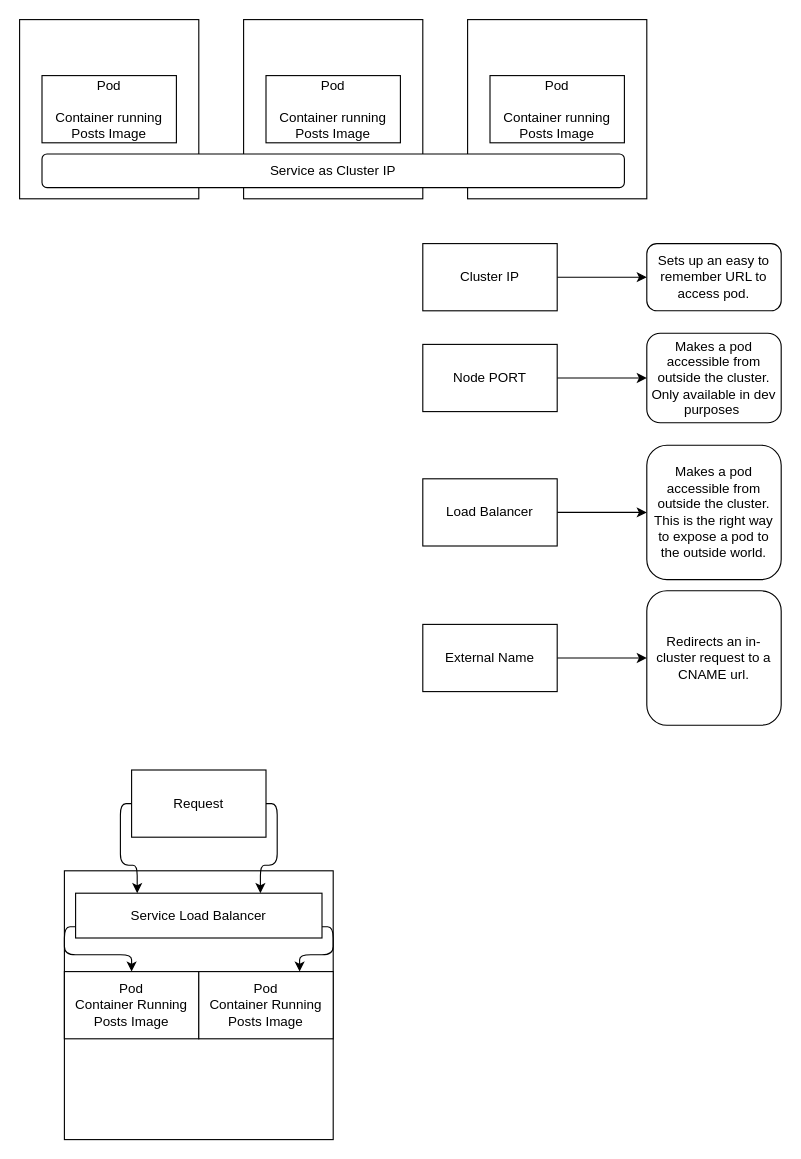
Above: page "Page-5" (5 of 5) of Blog-App/structure.drawio in SifatIbna/Microservices-Architecture-Projects (draw.io), before the change. Source tidied: cells renumbered, new cells numbered last; positions are measured from the earlier drawing's top-left corner, leaving out a move shared by most shapes. Both pictures are drawn from the tidied source at 112%, with x=0, y=0 at pixel (19, 19).
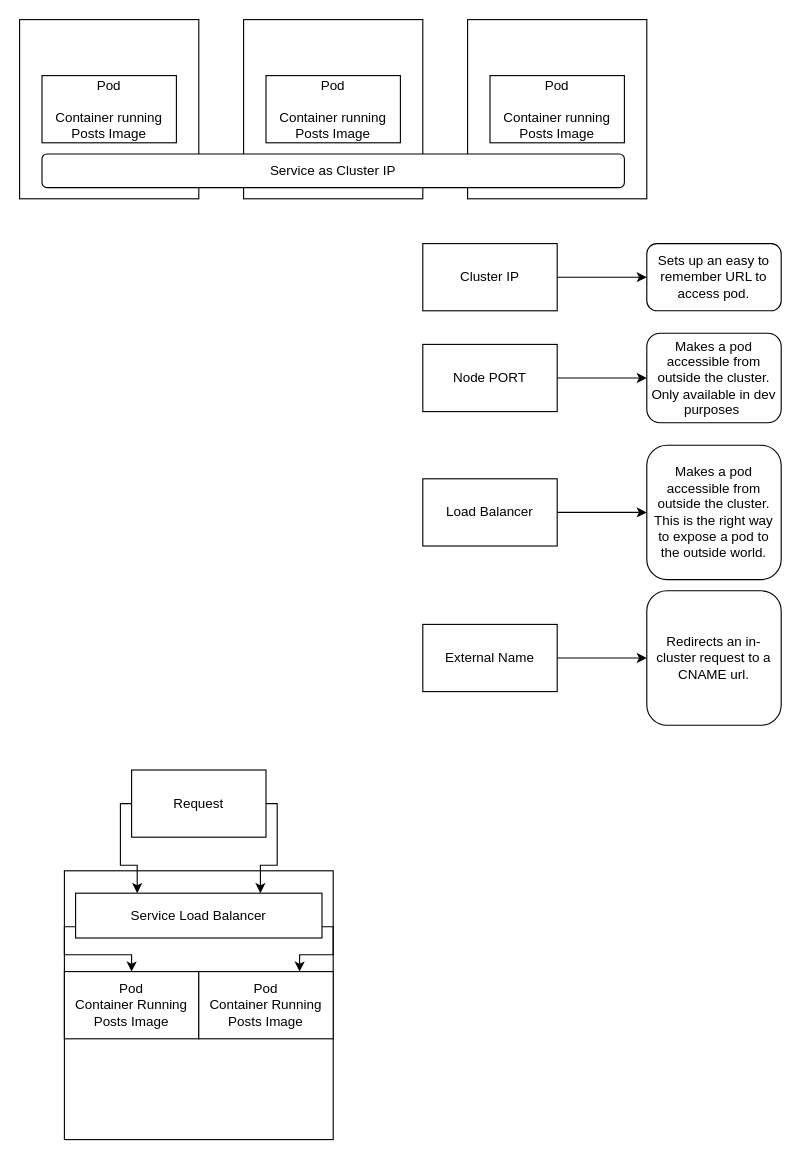
Above is the later version.

The change refers to these unchanged cells:
```xml
<mxCell id="22" value="Pod&lt;br&gt;Container Running Posts Image" style="rounded=0;whiteSpace=wrap;html=1;" parent="1" vertex="1">
  <mxGeometry x="40" y="850" width="120" height="60" as="geometry" />
</mxCell>
<mxCell id="23" value="Pod&lt;br&gt;Container Running Posts Image" style="rounded=0;whiteSpace=wrap;html=1;" parent="1" vertex="1">
  <mxGeometry x="160" y="850" width="120" height="60" as="geometry" />
</mxCell>
<mxCell id="26" value="Service Load Balancer" style="rounded=0;whiteSpace=wrap;html=1;" parent="1" vertex="1">
  <mxGeometry x="50" y="780" width="220" height="40" as="geometry" />
</mxCell>
<mxCell id="29" value="Request" style="rounded=0;whiteSpace=wrap;html=1;" parent="1" vertex="1">
  <mxGeometry x="100" y="670" width="120" height="60" as="geometry" />
</mxCell>
```

Change to the diagram source:
```diff
@@
-    <mxCell id="24" style="edgeStyle=orthogonalEdgeStyle;html=1;exitX=0;exitY=0.75;exitDx=0;exitDy=0;" parent="1" edge="1" source="26" target="22">
+    <mxCell id="24" style="edgeStyle=orthogonalEdgeStyle;html=1;exitX=0;exitY=0.75;exitDx=0;exitDy=0;rounded=0;" parent="1" edge="1" source="26" target="22">
       <mxGeometry relative="1" as="geometry" />
     </mxCell>
-    <mxCell id="25" style="edgeStyle=orthogonalEdgeStyle;html=1;exitX=1;exitY=0.75;exitDx=0;exitDy=0;entryX=0.75;entryY=0;entryDx=0;entryDy=0;" parent="1" edge="1" source="26" target="23">
+    <mxCell id="25" style="edgeStyle=orthogonalEdgeStyle;html=1;exitX=1;exitY=0.75;exitDx=0;exitDy=0;entryX=0.75;entryY=0;entryDx=0;entryDy=0;rounded=0;" parent="1" edge="1" source="26" target="23">
       <mxGeometry relative="1" as="geometry" />
     </mxCell>
@@
-    <mxCell id="27" style="edgeStyle=orthogonalEdgeStyle;html=1;exitX=0;exitY=0.5;exitDx=0;exitDy=0;entryX=0.25;entryY=0;entryDx=0;entryDy=0;" parent="1" edge="1" source="29" target="26">
+    <mxCell id="27" style="edgeStyle=orthogonalEdgeStyle;html=1;exitX=0;exitY=0.5;exitDx=0;exitDy=0;entryX=0.25;entryY=0;entryDx=0;entryDy=0;rounded=0;" parent="1" edge="1" source="29" target="26">
       <mxGeometry relative="1" as="geometry" />
     </mxCell>
-    <mxCell id="28" style="edgeStyle=orthogonalEdgeStyle;html=1;exitX=1;exitY=0.5;exitDx=0;exitDy=0;entryX=0.75;entryY=0;entryDx=0;entryDy=0;" parent="1" edge="1" source="29" target="26">
+    <mxCell id="28" style="edgeStyle=orthogonalEdgeStyle;html=1;exitX=1;exitY=0.5;exitDx=0;exitDy=0;entryX=0.75;entryY=0;entryDx=0;entryDy=0;rounded=0;" parent="1" edge="1" source="29" target="26">
       <mxGeometry relative="1" as="geometry" />
     </mxCell>
```
